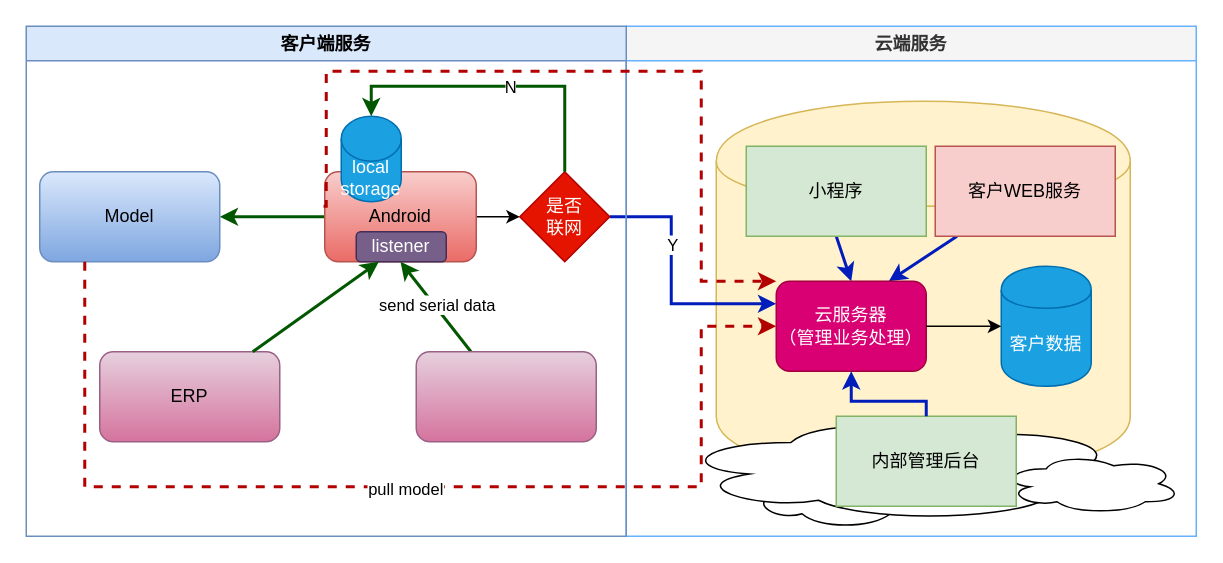
FataliBud/draw.io keeps this draw.io diagram as 小爱同学.drawio. Above is the earlier version. Source tidied: cells renumbered, new cells numbered last; positions are measured from the earlier drawing's top-left corner, leaving out a move shared by most shapes. Both pictures are drawn from the tidied source at 150%, with x=0, y=0 at pixel (26, 26).
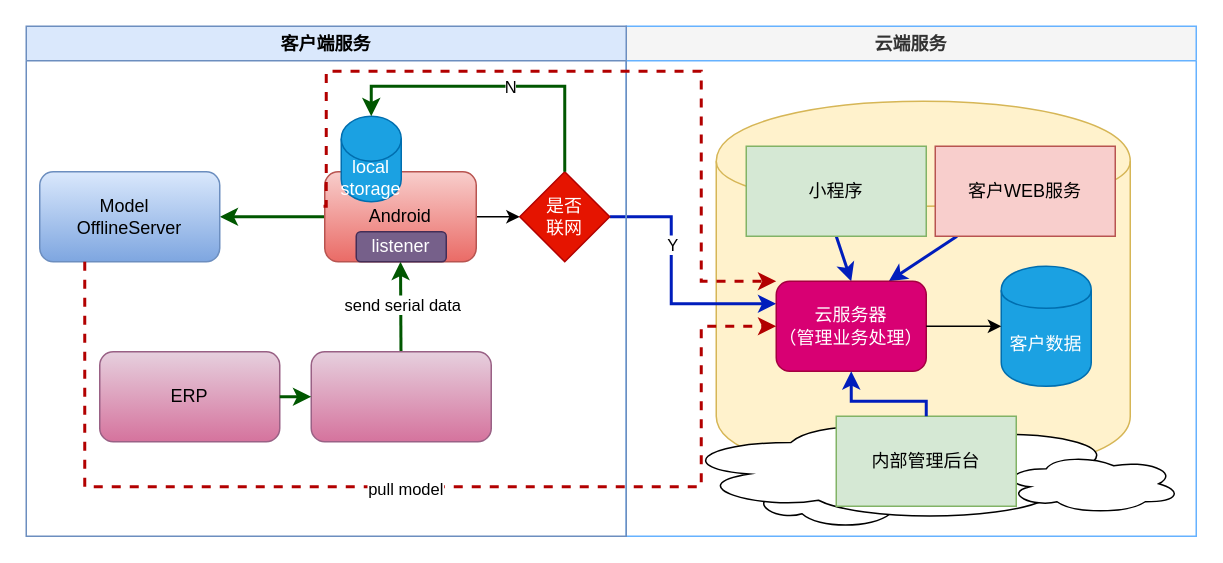
After the change.

Commit message:
更新小爱同学.drawio

Unchanged cells that the change refers to:
```xml
<mxCell id="22" value="客户端服务" style="swimlane;fillColor=#dae8fc;strokeColor=#6c8ebf;" parent="17" vertex="1">
  <mxGeometry x="-400" width="400" height="340" as="geometry" />
</mxCell>
<mxCell id="27" value="ERP" style="rounded=1;whiteSpace=wrap;html=1;gradientColor=#d5739d;fillColor=#e6d0de;strokeColor=#996185;" parent="22" vertex="1">
  <mxGeometry x="49" y="217" width="120" height="60" as="geometry" />
</mxCell>
<mxCell id="29" value="listener" style="rounded=1;whiteSpace=wrap;html=1;strokeColor=#432D57;fillColor=#76608a;fontColor=#ffffff;" parent="22" vertex="1">
  <mxGeometry x="220" y="137" width="60" height="20" as="geometry" />
</mxCell>
```

Diff of the diagram source:
```diff
@@
-    <mxCell id="11" value="Model" style="rounded=1;whiteSpace=wrap;html=1;gradientColor=#7ea6e0;fillColor=#dae8fc;strokeColor=#6c8ebf;" parent="1" vertex="1">
+    <mxCell id="11" value="Model&amp;nbsp;&amp;nbsp;&lt;br&gt;OfflineServer" style="rounded=1;whiteSpace=wrap;html=1;gradientColor=#7ea6e0;fillColor=#dae8fc;strokeColor=#6c8ebf;" parent="1" vertex="1">
       <mxGeometry x="9" y="97" width="120" height="60" as="geometry" />
     </mxCell>
@@
     <mxCell id="28" style="rounded=1;whiteSpace=wrap;html=1;gradientColor=#d5739d;fillColor=#e6d0de;strokeColor=#996185;" parent="22" vertex="1">
-      <mxGeometry x="260" y="217" width="120" height="60" as="geometry" />
+      <mxGeometry x="190" y="217" width="120" height="60" as="geometry" />
     </mxCell>
@@
-    <mxCell id="30" style="rounded=0;jettySize=auto;html=1;entryX=0.25;entryY=1;entryDx=0;entryDy=0;strokeColor=#005700;strokeWidth=2;" parent="22" edge="1" source="27" target="29">
+    <mxCell id="30" style="rounded=0;jettySize=auto;html=1;entryX=0;entryY=0.5;entryDx=0;entryDy=0;strokeColor=#005700;strokeWidth=2;" parent="22" edge="1" source="27" target="28">
       <mxGeometry relative="1" as="geometry" />
     </mxCell>
```
